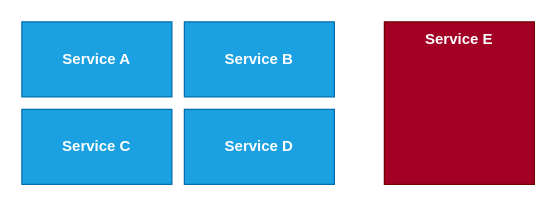
Before: page "Tech" (6 of 6) of assets/diagrams.drawio in epomatti/microservices-archetypes, a draw.io diagram. Source tidied: cells renumbered, new cells numbered last; positions are measured from the earlier drawing's top-left corner, leaving out a move shared by most shapes. Both pictures are drawn from the tidied source at 125%, with x=0, y=0 at pixel (21, 21). Pictures stored in the file or linked from it are replaced by grey dashed boxes.
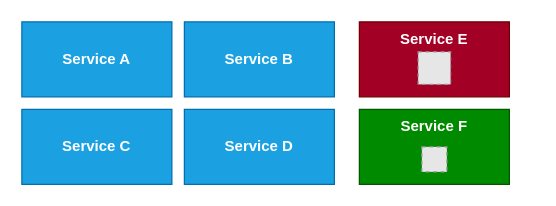
After the change.

The edit, as a diff of the source:
```diff
@@
 <mxGraphModel>
   <root>
     <mxCell id="0" />
     <mxCell id="1" parent="0" />
     <mxCell id="2" value="Service A" style="rounded=0;whiteSpace=wrap;html=1;fontStyle=1;fillColor=#1ba1e2;fontColor=#ffffff;strokeColor=#006EAF;" parent="1" vertex="1">
       <mxGeometry width="120" height="60" as="geometry" />
     </mxCell>
-    <mxCell id="3" value="Service E" style="rounded=0;whiteSpace=wrap;html=1;fontStyle=1;fillColor=#a20025;fontColor=#ffffff;strokeColor=#6F0000;verticalAlign=top;" parent="1" vertex="1">
-      <mxGeometry x="290" width="120" height="130" as="geometry" />
-    </mxCell>
     <mxCell id="4" value="Service B" style="rounded=0;whiteSpace=wrap;html=1;fontStyle=1;fillColor=#1ba1e2;fontColor=#ffffff;strokeColor=#006EAF;" parent="1" vertex="1">
       <mxGeometry x="130" width="120" height="60" as="geometry" />
     </mxCell>
     <mxCell id="5" value="Service C" style="rounded=0;whiteSpace=wrap;html=1;fontStyle=1;fillColor=#1ba1e2;fontColor=#ffffff;strokeColor=#006EAF;" parent="1" vertex="1">
       <mxGeometry y="70" width="120" height="60" as="geometry" />
     </mxCell>
     <mxCell id="6" value="Service D" style="rounded=0;whiteSpace=wrap;html=1;fontStyle=1;fillColor=#1ba1e2;fontColor=#ffffff;strokeColor=#006EAF;" parent="1" vertex="1">
       <mxGeometry x="130" y="70" width="120" height="60" as="geometry" />
     </mxCell>
+    <mxCell id="3" value="Service E" style="rounded=0;whiteSpace=wrap;html=1;fontStyle=1;fillColor=#a20025;fontColor=#ffffff;strokeColor=#6F0000;verticalAlign=top;" parent="1" vertex="1">
+      <mxGeometry x="270" width="120" height="60" as="geometry" />
+    </mxCell>
+    <mxCell id="7" style="fillColor=#E6E6E6;strokeColor=#999999;dashed=1;verticalLabelPosition=bottom;labelBackgroundColor=default;verticalAlign=top;" parent="1" vertex="1">
+      <mxGeometry x="317" y="24" width="26" height="26" as="geometry" />
+    </mxCell>
+    <mxCell id="8" value="Service F" style="rounded=0;whiteSpace=wrap;html=1;fontStyle=1;fillColor=#008a00;fontColor=#ffffff;strokeColor=#005700;verticalAlign=top;" parent="1" vertex="1">
+      <mxGeometry x="270" y="70" width="120" height="60" as="geometry" />
+    </mxCell>
+    <mxCell id="9" style="fillColor=#E6E6E6;strokeColor=#999999;dashed=1;verticalLabelPosition=bottom;labelBackgroundColor=default;verticalAlign=top;" parent="1" vertex="1">
+      <mxGeometry x="320" y="100" width="20" height="20" as="geometry" />
+    </mxCell>
   </root>
 </mxGraphModel>
```
